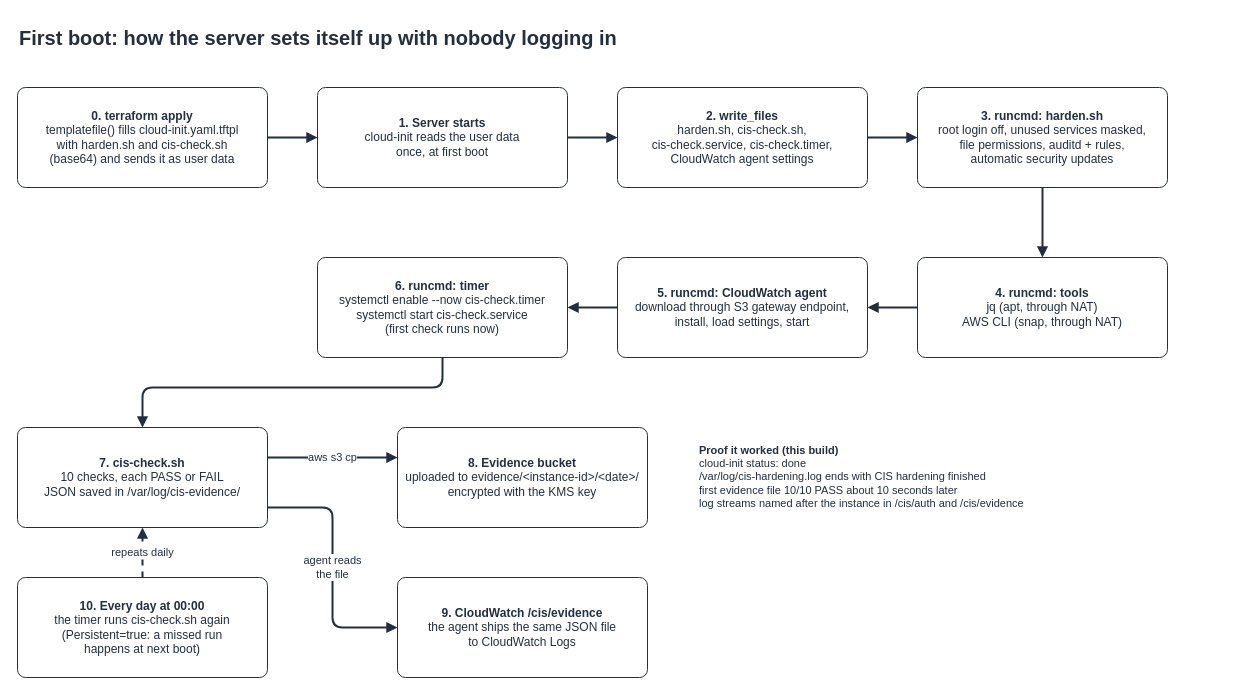
Above: page "3 First boot of the server" (3 of 3) of docs/architecture.drawio in Obiku/cis-hardened-server (draw.io), before the change. Source tidied: cells renumbered, new cells numbered last; positions are measured from the earlier drawing's top-left corner, leaving out a move shared by most shapes. Both pictures are drawn from the tidied source at 100%, with x=0, y=0 at pixel (17, 17).
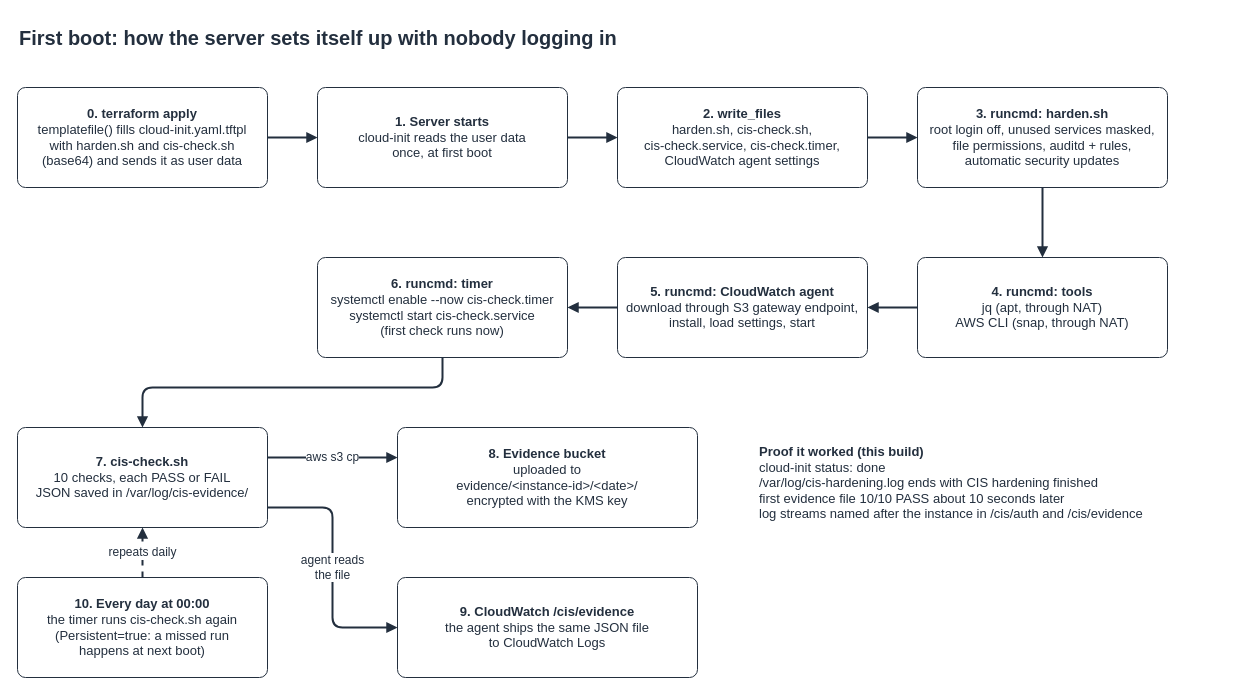
The same page after the edit.

Diff of the diagram source:
```diff
@@
-    <mxCell id="3" value="&lt;b&gt;0. terraform apply&lt;/b&gt;&lt;br&gt;templatefile() fills cloud-init.yaml.tftpl&lt;br&gt;with harden.sh and cis-check.sh&lt;br&gt;(base64) and sends it as user data" style="rounded=1;whiteSpace=wrap;html=1;fontSize=12;align=center;verticalAlign=middle;strokeColor=#232F3E;fillColor=#FFFFFF;fontColor=#232F3E;arcSize=8;" parent="1" vertex="1">
+    <mxCell id="3" value="&lt;b&gt;0. terraform apply&lt;/b&gt;&lt;br&gt;templatefile() fills cloud-init.yaml.tftpl&lt;br&gt;with harden.sh and cis-check.sh&lt;br&gt;(base64) and sends it as user data" style="rounded=1;whiteSpace=wrap;html=1;fontSize=13;align=center;verticalAlign=middle;strokeColor=#232F3E;fillColor=#FFFFFF;fontColor=#232F3E;arcSize=8;" parent="1" vertex="1">
       <mxGeometry y="70" width="250" height="100" as="geometry" />
     </mxCell>
-    <mxCell id="4" value="&lt;b&gt;1. Server starts&lt;/b&gt;&lt;br&gt;cloud-init reads the user data&lt;br&gt;once, at first boot" style="rounded=1;whiteSpace=wrap;html=1;fontSize=12;align=center;verticalAlign=middle;strokeColor=#232F3E;fillColor=#FFFFFF;fontColor=#232F3E;arcSize=8;" parent="1" vertex="1">
+    <mxCell id="4" value="&lt;b&gt;1. Server starts&lt;/b&gt;&lt;br&gt;cloud-init reads the user data&lt;br&gt;once, at first boot" style="rounded=1;whiteSpace=wrap;html=1;fontSize=13;align=center;verticalAlign=middle;strokeColor=#232F3E;fillColor=#FFFFFF;fontColor=#232F3E;arcSize=8;" parent="1" vertex="1">
       <mxGeometry x="300" y="70" width="250" height="100" as="geometry" />
     </mxCell>
-    <mxCell id="5" value="&lt;b&gt;2. write_files&lt;/b&gt;&lt;br&gt;harden.sh, cis-check.sh,&lt;br&gt;cis-check.service, cis-check.timer,&lt;br&gt;CloudWatch agent settings" style="rounded=1;whiteSpace=wrap;html=1;fontSize=12;align=center;verticalAlign=middle;strokeColor=#232F3E;fillColor=#FFFFFF;fontColor=#232F3E;arcSize=8;" parent="1" vertex="1">
+    <mxCell id="5" value="&lt;b&gt;2. write_files&lt;/b&gt;&lt;br&gt;harden.sh, cis-check.sh,&lt;br&gt;cis-check.service, cis-check.timer,&lt;br&gt;CloudWatch agent settings" style="rounded=1;whiteSpace=wrap;html=1;fontSize=13;align=center;verticalAlign=middle;strokeColor=#232F3E;fillColor=#FFFFFF;fontColor=#232F3E;arcSize=8;" parent="1" vertex="1">
       <mxGeometry x="600" y="70" width="250" height="100" as="geometry" />
     </mxCell>
-    <mxCell id="6" value="&lt;b&gt;3. runcmd: harden.sh&lt;/b&gt;&lt;br&gt;root login off, unused services masked,&lt;br&gt;file permissions, auditd + rules,&lt;br&gt;automatic security updates" style="rounded=1;whiteSpace=wrap;html=1;fontSize=12;align=center;verticalAlign=middle;strokeColor=#232F3E;fillColor=#FFFFFF;fontColor=#232F3E;arcSize=8;" parent="1" vertex="1">
+    <mxCell id="6" value="&lt;b&gt;3. runcmd: harden.sh&lt;/b&gt;&lt;br&gt;root login off, unused services masked,&lt;br&gt;file permissions, auditd + rules,&lt;br&gt;automatic security updates" style="rounded=1;whiteSpace=wrap;html=1;fontSize=13;align=center;verticalAlign=middle;strokeColor=#232F3E;fillColor=#FFFFFF;fontColor=#232F3E;arcSize=8;" parent="1" vertex="1">
       <mxGeometry x="900" y="70" width="250" height="100" as="geometry" />
     </mxCell>
-    <mxCell id="7" value="&lt;b&gt;4. runcmd: tools&lt;/b&gt;&lt;br&gt;jq (apt, through NAT)&lt;br&gt;AWS CLI (snap, through NAT)" style="rounded=1;whiteSpace=wrap;html=1;fontSize=12;align=center;verticalAlign=middle;strokeColor=#232F3E;fillColor=#FFFFFF;fontColor=#232F3E;arcSize=8;" parent="1" vertex="1">
+    <mxCell id="7" value="&lt;b&gt;4. runcmd: tools&lt;/b&gt;&lt;br&gt;jq (apt, through NAT)&lt;br&gt;AWS CLI (snap, through NAT)" style="rounded=1;whiteSpace=wrap;html=1;fontSize=13;align=center;verticalAlign=middle;strokeColor=#232F3E;fillColor=#FFFFFF;fontColor=#232F3E;arcSize=8;" parent="1" vertex="1">
       <mxGeometry x="900" y="240" width="250" height="100" as="geometry" />
     </mxCell>
-    <mxCell id="8" value="&lt;b&gt;5. runcmd: CloudWatch agent&lt;/b&gt;&lt;br&gt;download through S3 gateway endpoint,&lt;br&gt;install, load settings, start" style="rounded=1;whiteSpace=wrap;html=1;fontSize=12;align=center;verticalAlign=middle;strokeColor=#232F3E;fillColor=#FFFFFF;fontColor=#232F3E;arcSize=8;" parent="1" vertex="1">
+    <mxCell id="8" value="&lt;b&gt;5. runcmd: CloudWatch agent&lt;/b&gt;&lt;br&gt;download through S3 gateway endpoint,&lt;br&gt;install, load settings, start" style="rounded=1;whiteSpace=wrap;html=1;fontSize=13;align=center;verticalAlign=middle;strokeColor=#232F3E;fillColor=#FFFFFF;fontColor=#232F3E;arcSize=8;" parent="1" vertex="1">
       <mxGeometry x="600" y="240" width="250" height="100" as="geometry" />
     </mxCell>
-    <mxCell id="9" value="&lt;b&gt;6. runcmd: timer&lt;/b&gt;&lt;br&gt;systemctl enable --now cis-check.timer&lt;br&gt;systemctl start cis-check.service&lt;br&gt;(first check runs now)" style="rounded=1;whiteSpace=wrap;html=1;fontSize=12;align=center;verticalAlign=middle;strokeColor=#232F3E;fillColor=#FFFFFF;fontColor=#232F3E;arcSize=8;" parent="1" vertex="1">
+    <mxCell id="9" value="&lt;b&gt;6. runcmd: timer&lt;/b&gt;&lt;br&gt;systemctl enable --now cis-check.timer&lt;br&gt;systemctl start cis-check.service&lt;br&gt;(first check runs now)" style="rounded=1;whiteSpace=wrap;html=1;fontSize=13;align=center;verticalAlign=middle;strokeColor=#232F3E;fillColor=#FFFFFF;fontColor=#232F3E;arcSize=8;" parent="1" vertex="1">
       <mxGeometry x="300" y="240" width="250" height="100" as="geometry" />
     </mxCell>
-    <mxCell id="10" value="&lt;b&gt;7. cis-check.sh&lt;/b&gt;&lt;br&gt;10 checks, each PASS or FAIL&lt;br&gt;JSON saved in /var/log/cis-evidence/" style="rounded=1;whiteSpace=wrap;html=1;fontSize=12;align=center;verticalAlign=middle;strokeColor=#232F3E;fillColor=#FFFFFF;fontColor=#232F3E;arcSize=8;" parent="1" vertex="1">
+    <mxCell id="10" value="&lt;b&gt;7. cis-check.sh&lt;/b&gt;&lt;br&gt;10 checks, each PASS or FAIL&lt;br&gt;JSON saved in /var/log/cis-evidence/" style="rounded=1;whiteSpace=wrap;html=1;fontSize=13;align=center;verticalAlign=middle;strokeColor=#232F3E;fillColor=#FFFFFF;fontColor=#232F3E;arcSize=8;" parent="1" vertex="1">
       <mxGeometry y="410" width="250" height="100" as="geometry" />
     </mxCell>
-    <mxCell id="11" value="&lt;b&gt;8. Evidence bucket&lt;/b&gt;&lt;br&gt;uploaded to evidence/&amp;lt;instance-id&amp;gt;/&amp;lt;date&amp;gt;/&lt;br&gt;encrypted with the KMS key" style="rounded=1;whiteSpace=wrap;html=1;fontSize=12;align=center;verticalAlign=middle;strokeColor=#232F3E;fillColor=#FFFFFF;fontColor=#232F3E;arcSize=8;" parent="1" vertex="1">
-      <mxGeometry x="380" y="410" width="250" height="100" as="geometry" />
+    <mxCell id="11" value="&lt;b&gt;8. Evidence bucket&lt;/b&gt;&lt;br&gt;uploaded to&lt;br&gt;evidence/&amp;lt;instance-id&amp;gt;/&amp;lt;date&amp;gt;/&lt;br&gt;encrypted with the KMS key" style="rounded=1;whiteSpace=wrap;html=1;fontSize=13;align=center;verticalAlign=middle;strokeColor=#232F3E;fillColor=#FFFFFF;fontColor=#232F3E;arcSize=8;" parent="1" vertex="1">
+      <mxGeometry x="380" y="410" width="300" height="100" as="geometry" />
     </mxCell>
-    <mxCell id="12" value="&lt;b&gt;9. CloudWatch /cis/evidence&lt;/b&gt;&lt;br&gt;the agent ships the same JSON file&lt;br&gt;to CloudWatch Logs" style="rounded=1;whiteSpace=wrap;html=1;fontSize=12;align=center;verticalAlign=middle;strokeColor=#232F3E;fillColor=#FFFFFF;fontColor=#232F3E;arcSize=8;" parent="1" vertex="1">
-      <mxGeometry x="380" y="560" width="250" height="100" as="geometry" />
+    <mxCell id="12" value="&lt;b&gt;9. CloudWatch /cis/evidence&lt;/b&gt;&lt;br&gt;the agent ships the same JSON file&lt;br&gt;to CloudWatch Logs" style="rounded=1;whiteSpace=wrap;html=1;fontSize=13;align=center;verticalAlign=middle;strokeColor=#232F3E;fillColor=#FFFFFF;fontColor=#232F3E;arcSize=8;" parent="1" vertex="1">
+      <mxGeometry x="380" y="560" width="300" height="100" as="geometry" />
     </mxCell>
-    <mxCell id="13" value="&lt;b&gt;10. Every day at 00:00&lt;/b&gt;&lt;br&gt;the timer runs cis-check.sh again&lt;br&gt;(Persistent=true: a missed run&lt;br&gt;happens at next boot)" style="rounded=1;whiteSpace=wrap;html=1;fontSize=12;align=center;verticalAlign=middle;strokeColor=#232F3E;fillColor=#FFFFFF;fontColor=#232F3E;arcSize=8;" parent="1" vertex="1">
+    <mxCell id="13" value="&lt;b&gt;10. Every day at 00:00&lt;/b&gt;&lt;br&gt;the timer runs cis-check.sh again&lt;br&gt;(Persistent=true: a missed run&lt;br&gt;happens at next boot)" style="rounded=1;whiteSpace=wrap;html=1;fontSize=13;align=center;verticalAlign=middle;strokeColor=#232F3E;fillColor=#FFFFFF;fontColor=#232F3E;arcSize=8;" parent="1" vertex="1">
       <mxGeometry y="560" width="250" height="100" as="geometry" />
     </mxCell>
-    <mxCell id="14" style="edgeStyle=orthogonalEdgeStyle;rounded=1;html=1;endArrow=block;endFill=1;strokeWidth=2;strokeColor=#232F3E;fontSize=11;fontColor=#232F3E;labelBackgroundColor=#FFFFFF;" parent="1" edge="1" source="3" target="4">
+    <mxCell id="14" style="edgeStyle=orthogonalEdgeStyle;rounded=1;html=1;endArrow=block;endFill=1;strokeWidth=2;strokeColor=#232F3E;fontSize=12;fontColor=#232F3E;labelBackgroundColor=#FFFFFF;" parent="1" edge="1" source="3" target="4">
       <mxGeometry relative="1" as="geometry" />
     </mxCell>
-    <mxCell id="15" style="edgeStyle=orthogonalEdgeStyle;rounded=1;html=1;endArrow=block;endFill=1;strokeWidth=2;strokeColor=#232F3E;fontSize=11;fontColor=#232F3E;labelBackgroundColor=#FFFFFF;" parent="1" edge="1" source="4" target="5">
+    <mxCell id="15" style="edgeStyle=orthogonalEdgeStyle;rounded=1;html=1;endArrow=block;endFill=1;strokeWidth=2;strokeColor=#232F3E;fontSize=12;fontColor=#232F3E;labelBackgroundColor=#FFFFFF;" parent="1" edge="1" source="4" target="5">
       <mxGeometry relative="1" as="geometry" />
     </mxCell>
-    <mxCell id="16" style="edgeStyle=orthogonalEdgeStyle;rounded=1;html=1;endArrow=block;endFill=1;strokeWidth=2;strokeColor=#232F3E;fontSize=11;fontColor=#232F3E;labelBackgroundColor=#FFFFFF;" parent="1" edge="1" source="5" target="6">
+    <mxCell id="16" style="edgeStyle=orthogonalEdgeStyle;rounded=1;html=1;endArrow=block;endFill=1;strokeWidth=2;strokeColor=#232F3E;fontSize=12;fontColor=#232F3E;labelBackgroundColor=#FFFFFF;" parent="1" edge="1" source="5" target="6">
       <mxGeometry relative="1" as="geometry" />
     </mxCell>
-    <mxCell id="17" style="edgeStyle=orthogonalEdgeStyle;rounded=1;html=1;endArrow=block;endFill=1;strokeWidth=2;strokeColor=#232F3E;fontSize=11;fontColor=#232F3E;labelBackgroundColor=#FFFFFF;exitX=0.5;exitY=1;entryX=0.5;entryY=0;" parent="1" edge="1" source="6" target="7">
+    <mxCell id="17" style="edgeStyle=orthogonalEdgeStyle;rounded=1;html=1;endArrow=block;endFill=1;strokeWidth=2;strokeColor=#232F3E;fontSize=12;fontColor=#232F3E;labelBackgroundColor=#FFFFFF;exitX=0.5;exitY=1;entryX=0.5;entryY=0;" parent="1" edge="1" source="6" target="7">
       <mxGeometry relative="1" as="geometry" />
     </mxCell>
-    <mxCell id="18" style="edgeStyle=orthogonalEdgeStyle;rounded=1;html=1;endArrow=block;endFill=1;strokeWidth=2;strokeColor=#232F3E;fontSize=11;fontColor=#232F3E;labelBackgroundColor=#FFFFFF;exitX=0;exitY=0.5;entryX=1;entryY=0.5;" parent="1" edge="1" source="7" target="8">
+    <mxCell id="18" style="edgeStyle=orthogonalEdgeStyle;rounded=1;html=1;endArrow=block;endFill=1;strokeWidth=2;strokeColor=#232F3E;fontSize=12;fontColor=#232F3E;labelBackgroundColor=#FFFFFF;exitX=0;exitY=0.5;entryX=1;entryY=0.5;" parent="1" edge="1" source="7" target="8">
       <mxGeometry relative="1" as="geometry" />
     </mxCell>
-    <mxCell id="19" style="edgeStyle=orthogonalEdgeStyle;rounded=1;html=1;endArrow=block;endFill=1;strokeWidth=2;strokeColor=#232F3E;fontSize=11;fontColor=#232F3E;labelBackgroundColor=#FFFFFF;exitX=0;exitY=0.5;entryX=1;entryY=0.5;" parent="1" edge="1" source="8" target="9">
+    <mxCell id="19" style="edgeStyle=orthogonalEdgeStyle;rounded=1;html=1;endArrow=block;endFill=1;strokeWidth=2;strokeColor=#232F3E;fontSize=12;fontColor=#232F3E;labelBackgroundColor=#FFFFFF;exitX=0;exitY=0.5;entryX=1;entryY=0.5;" parent="1" edge="1" source="8" target="9">
       <mxGeometry relative="1" as="geometry" />
     </mxCell>
-    <mxCell id="20" style="edgeStyle=orthogonalEdgeStyle;rounded=1;html=1;endArrow=block;endFill=1;strokeWidth=2;strokeColor=#232F3E;fontSize=11;fontColor=#232F3E;labelBackgroundColor=#FFFFFF;exitX=0.5;exitY=1;entryX=0.5;entryY=0;" parent="1" edge="1" source="9" target="10">
+    <mxCell id="20" style="edgeStyle=orthogonalEdgeStyle;rounded=1;html=1;endArrow=block;endFill=1;strokeWidth=2;strokeColor=#232F3E;fontSize=12;fontColor=#232F3E;labelBackgroundColor=#FFFFFF;exitX=0.5;exitY=1;entryX=0.5;entryY=0;" parent="1" edge="1" source="9" target="10">
       <mxGeometry relative="1" as="geometry">
         <Array as="points">
           <mxPoint x="425" y="370" />
           <mxPoint x="125" y="370" />
         </Array>
       </mxGeometry>
     </mxCell>
-    <mxCell id="21" value="aws s3 cp" style="edgeStyle=orthogonalEdgeStyle;rounded=1;html=1;endArrow=block;endFill=1;strokeWidth=2;strokeColor=#232F3E;fontSize=11;fontColor=#232F3E;labelBackgroundColor=#FFFFFF;exitX=1;exitY=0.3;entryX=0;entryY=0.3;" parent="1" edge="1" source="10" target="11">
+    <mxCell id="21" value="aws s3 cp" style="edgeStyle=orthogonalEdgeStyle;rounded=1;html=1;endArrow=block;endFill=1;strokeWidth=2;strokeColor=#232F3E;fontSize=12;fontColor=#232F3E;labelBackgroundColor=#FFFFFF;exitX=1;exitY=0.3;entryX=0;entryY=0.3;" parent="1" edge="1" source="10" target="11">
       <mxGeometry relative="1" as="geometry" />
     </mxCell>
-    <mxCell id="22" value="agent reads&lt;br&gt;the file" style="edgeStyle=orthogonalEdgeStyle;rounded=1;html=1;endArrow=block;endFill=1;strokeWidth=2;strokeColor=#232F3E;fontSize=11;fontColor=#232F3E;labelBackgroundColor=#FFFFFF;exitX=1;exitY=0.8;entryX=0;entryY=0.5;" parent="1" edge="1" source="10" target="12">
+    <mxCell id="22" value="agent reads&lt;br&gt;the file" style="edgeStyle=orthogonalEdgeStyle;rounded=1;html=1;endArrow=block;endFill=1;strokeWidth=2;strokeColor=#232F3E;fontSize=12;fontColor=#232F3E;labelBackgroundColor=#FFFFFF;exitX=1;exitY=0.8;entryX=0;entryY=0.5;" parent="1" edge="1" source="10" target="12">
       <mxGeometry relative="1" as="geometry">
         <Array as="points">
           <mxPoint x="315" y="490" />
           <mxPoint x="315" y="610" />
         </Array>
       </mxGeometry>
     </mxCell>
-    <mxCell id="23" value="repeats daily" style="edgeStyle=orthogonalEdgeStyle;rounded=1;html=1;endArrow=block;endFill=1;strokeWidth=2;strokeColor=#232F3E;fontSize=11;fontColor=#232F3E;labelBackgroundColor=#FFFFFF;dashed=1;exitX=0.5;exitY=0;entryX=0.5;entryY=1;" parent="1" edge="1" source="13" target="10">
+    <mxCell id="23" value="repeats daily" style="edgeStyle=orthogonalEdgeStyle;rounded=1;html=1;endArrow=block;endFill=1;strokeWidth=2;strokeColor=#232F3E;fontSize=12;fontColor=#232F3E;labelBackgroundColor=#FFFFFF;dashed=1;exitX=0.5;exitY=0;entryX=0.5;entryY=1;" parent="1" edge="1" source="13" target="10">
       <mxGeometry relative="1" as="geometry" />
     </mxCell>
-    <mxCell id="24" value="&lt;b&gt;Proof it worked (this build)&lt;/b&gt;&lt;br&gt;cloud-init status: done&lt;br&gt;/var/log/cis-hardening.log ends with CIS hardening finished&lt;br&gt;first evidence file 10/10 PASS about 10 seconds later&lt;br&gt;log streams named after the instance in /cis/auth and /cis/evidence" style="text;html=1;whiteSpace=wrap;align=left;verticalAlign=top;fontSize=11;fontColor=#232F3E;" parent="1" vertex="1">
-      <mxGeometry x="680" y="420" width="420" height="110" as="geometry" />
+    <mxCell id="24" value="&lt;b&gt;Proof it worked (this build)&lt;/b&gt;&lt;br&gt;cloud-init status: done&lt;br&gt;/var/log/cis-hardening.log ends with CIS hardening finished&lt;br&gt;first evidence file 10/10 PASS about 10 seconds later&lt;br&gt;log streams named after the instance in /cis/auth and /cis/evidence" style="text;html=1;whiteSpace=wrap;align=left;verticalAlign=top;fontSize=13;fontColor=#232F3E;" parent="1" vertex="1">
+      <mxGeometry x="740" y="420" width="460" height="120" as="geometry" />
     </mxCell>
```
